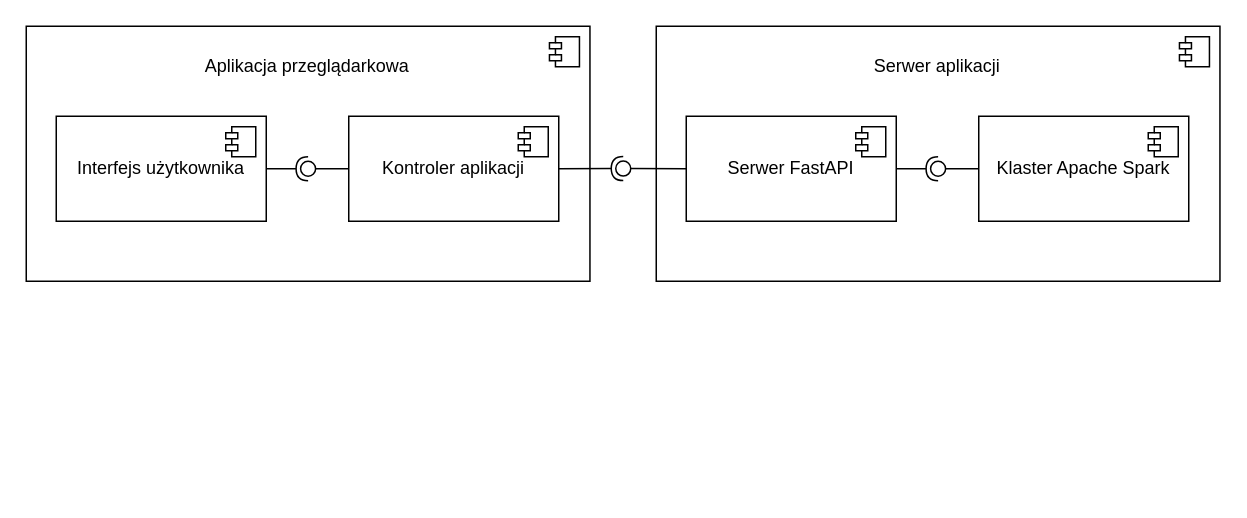
The draw.io diagram geoprison_diagrams.drawio in radekaadek/geoprison, before the edit. Source tidied: cells renumbered, new cells numbered last; positions are measured from the earlier drawing's top-left corner, leaving out a move shared by most shapes. Both pictures are drawn from the tidied source at 150%, with x=0, y=0 at pixel (26, 26).
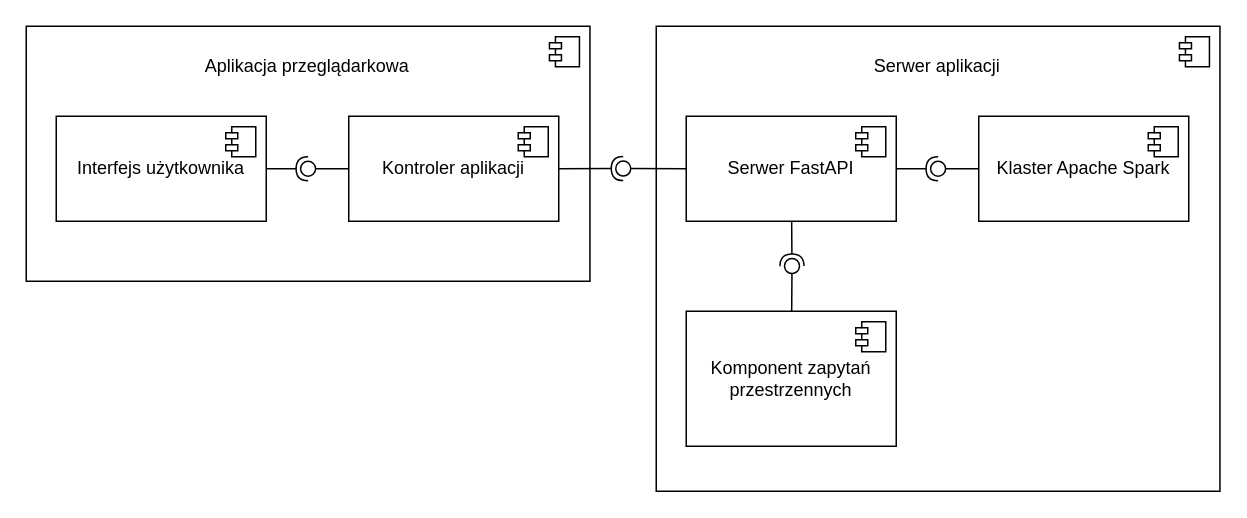
Above is the later version.

The change refers to these unchanged cells:
```xml
<mxCell id="14" value="Serwer FastAPI" style="html=1;whiteSpace=wrap;" parent="1" vertex="1">
  <mxGeometry x="440" y="60" width="140" height="70" as="geometry" />
</mxCell>
```

What changed in the source:
```diff
@@
     <mxCell id="12" style="html=1;whiteSpace=wrap;" parent="1" vertex="1">
-      <mxGeometry x="420" width="375.8" height="170" as="geometry" />
+      <mxGeometry x="420" width="375.8" height="310" as="geometry" />
     </mxCell>
@@
+    <mxCell id="24" value="Komponent zapytań przestrzennych" style="html=1;whiteSpace=wrap;" parent="1" vertex="1">
+      <mxGeometry x="440" y="190" width="140" height="90" as="geometry" />
+    </mxCell>
+    <mxCell id="25" style="shape=module;jettyWidth=8;jettyHeight=4;" parent="24" vertex="1">
+      <mxGeometry x="1" width="20" height="20" relative="1" as="geometry">
+        <mxPoint x="-27" y="7" as="offset" />
+      </mxGeometry>
+    </mxCell>
+    <mxCell id="26" style="rounded=0;jettySize=auto;html=1;endArrow=halfCircle;endFill=0;endSize=6;strokeWidth=1;sketch=0;" parent="1" edge="1" source="14">
+      <mxGeometry relative="1" as="geometry">
+        <mxPoint x="510.5" y="159.9" as="targetPoint" />
+      </mxGeometry>
+    </mxCell>
+    <mxCell id="27" style="rounded=0;jettySize=auto;html=1;endArrow=oval;endFill=0;sketch=0;sourcePerimeterSpacing=0;targetPerimeterSpacing=0;endSize=10;" parent="1" edge="1" source="24">
+      <mxGeometry relative="1" as="geometry">
+        <mxPoint x="510.5" y="159.9" as="targetPoint" />
+      </mxGeometry>
+    </mxCell>
```
